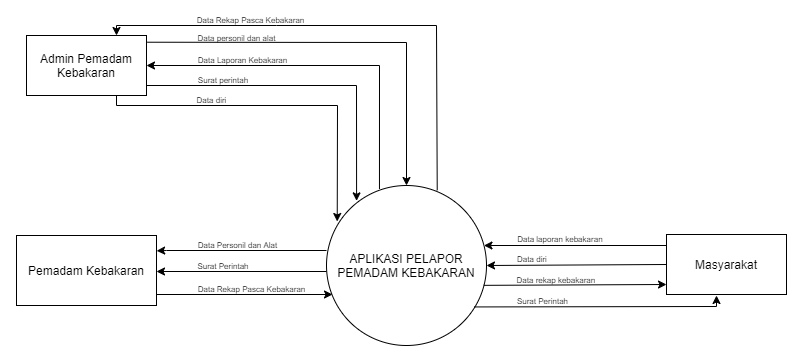
inoyamanaka/MDPL keeps this draw.io diagram as Data Flow Diagram (DFD)/Diagram Konteks.png. Above is the earlier version. Source tidied: cells renumbered, new cells last; positions are measured from the earlier drawing's top-left corner, leaving out a move shared by most shapes.
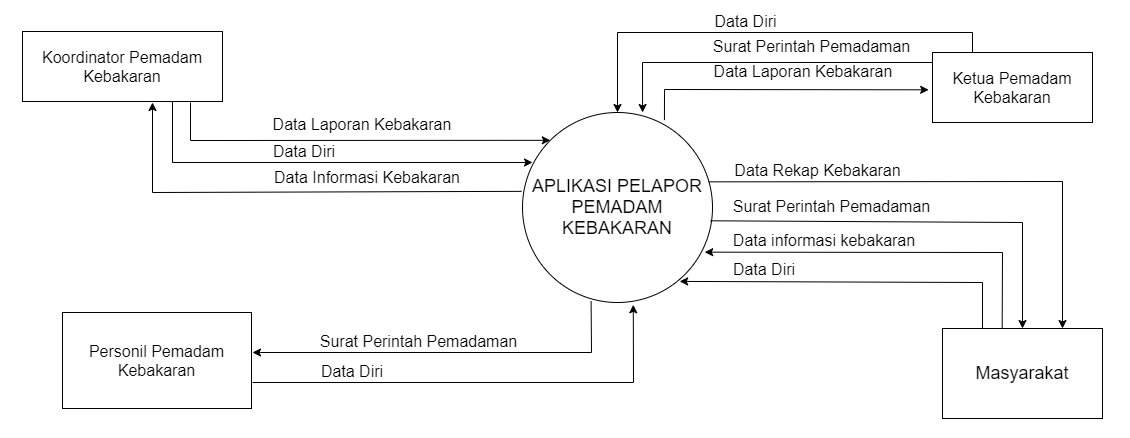
The same diagram one commit later.

Change to the diagram source:
```diff
@@ -1,142 +1,160 @@
 <mxGraphModel>
   <root>
-    <mxCell id="0" />
-    <mxCell id="1" parent="0" />
-    <mxCell id="2" style="verticalLabelPosition=bottom;verticalAlign=top;html=1;shape=mxgraph.flowchart.on-page_reference;fontSize=13;strokeWidth=1;" parent="1" vertex="1">
-      <mxGeometry x="1123" y="450" width="60" height="60" as="geometry" />
-    </mxCell>
-    <mxCell id="3" style="verticalLabelPosition=bottom;verticalAlign=top;html=1;shape=mxgraph.flowchart.on-page_reference;fontSize=13;strokeWidth=1;" parent="1" vertex="1">
-      <mxGeometry width="60" height="60" as="geometry" />
-    </mxCell>
-    <mxCell id="4" style="edgeStyle=orthogonalEdgeStyle;rounded=0;jettySize=auto;html=1;exitX=0.331;exitY=0.022;exitDx=0;exitDy=0;exitPerimeter=0;entryX=1;entryY=0.5;entryDx=0;entryDy=0;" parent="1" edge="1" source="5" target="20">
-      <mxGeometry relative="1" as="geometry">
-        <Array as="points">
-          <mxPoint x="576" y="140" />
-        </Array>
-      </mxGeometry>
-    </mxCell>
+    <mxCell id="32" />
+    <mxCell id="33" parent="32" />
-    <mxCell id="5" value="APLIKASI PELAPOR PEMADAM KEBAKARAN" style="ellipse;whiteSpace=wrap;html=1;" parent="1" vertex="1">
-      <mxGeometry x="523" y="260" width="160" height="160" as="geometry" />
+    <mxCell id="5" value="&lt;font style=&quot;font-size: 18px&quot;&gt;APLIKASI PELAPOR PEMADAM KEBAKARAN&lt;/font&gt;" style="ellipse;whiteSpace=wrap;html=1;" parent="33" vertex="1">
+      <mxGeometry x="803" y="180" width="190" height="190" as="geometry" />
     </mxCell>
-    <mxCell id="6" style="edgeStyle=orthogonalEdgeStyle;rounded=0;jettySize=auto;html=1;fontSize=8;startArrow=none;startFill=0;entryX=1.001;entryY=0.219;entryDx=0;entryDy=0;entryPerimeter=0;" parent="1" edge="1" target="7">
-      <mxGeometry relative="1" as="geometry">
-        <mxPoint x="523" y="325" as="sourcePoint" />
-        <Array as="points">
-          <mxPoint x="363" y="325" />
-        </Array>
-      </mxGeometry>
-    </mxCell>
-    <mxCell id="7" value="Pemadam Kebakaran" style="rounded=0;whiteSpace=wrap;html=1;" parent="1" vertex="1">
-      <mxGeometry x="213" y="310" width="140" height="70" as="geometry" />
-    </mxCell>
-    <mxCell id="8" style="edgeStyle=orthogonalEdgeStyle;rounded=0;jettySize=auto;html=1;exitX=0;exitY=0.5;exitDx=0;exitDy=0;" parent="1" edge="1" source="9" target="5">
-      <mxGeometry relative="1" as="geometry">
-        <Array as="points">
-          <mxPoint x="863" y="320" />
-        </Array>
-      </mxGeometry>
-    </mxCell>
+    <mxCell id="34" value="&lt;font style=&quot;font-size: 16px&quot;&gt;Koordinator Pemadam Kebakaran&lt;/font&gt;" style="rounded=0;whiteSpace=wrap;html=1;" parent="33" vertex="1">
+      <mxGeometry x="303" y="99" width="200" height="70" as="geometry" />
+    </mxCell>
+    <mxCell id="35" value="&lt;font style=&quot;font-size: 16px&quot;&gt;Personil Pemadam Kebakaran&lt;/font&gt;" style="rounded=0;whiteSpace=wrap;html=1;" parent="33" vertex="1">
+      <mxGeometry x="343" y="380" width="189" height="96" as="geometry" />
+    </mxCell>
+    <mxCell id="36" value="&lt;font style=&quot;font-size: 16px&quot;&gt;Ketua Pemadam Kebakaran&lt;/font&gt;" style="rounded=0;whiteSpace=wrap;html=1;" parent="33" vertex="1">
+      <mxGeometry x="1213" y="120" width="160" height="70" as="geometry" />
+    </mxCell>
-    <mxCell id="9" value="Masyarakat" style="rounded=0;whiteSpace=wrap;html=1;" parent="1" vertex="1">
-      <mxGeometry x="863" y="309" width="120" height="60" as="geometry" />
+    <mxCell id="9" value="&lt;font style=&quot;font-size: 18px&quot;&gt;Masyarakat&lt;/font&gt;" style="rounded=0;whiteSpace=wrap;html=1;" parent="33" vertex="1">
+      <mxGeometry x="1223" y="396" width="160" height="90" as="geometry" />
     </mxCell>
-    <mxCell id="10" value="Data laporan kebakaran&amp;nbsp;" style="text;html=1;strokeColor=none;fillColor=none;align=center;verticalAlign=middle;whiteSpace=wrap;rounded=0;fontSize=8;" parent="1" vertex="1">
-      <mxGeometry x="708" y="309" width="100" height="10" as="geometry" />
-    </mxCell>
-    <mxCell id="11" value="Data Laporan Kebakaran" style="text;html=1;strokeColor=none;fillColor=none;align=center;verticalAlign=middle;whiteSpace=wrap;rounded=0;fontSize=8;" parent="1" vertex="1">
-      <mxGeometry x="392.5" y="131" width="92.5" height="8.5" as="geometry" />
-    </mxCell>
-    <mxCell id="12" value="Surat Perintah" style="text;html=1;strokeColor=none;fillColor=none;align=center;verticalAlign=middle;whiteSpace=wrap;rounded=0;fontSize=8;" parent="1" vertex="1">
-      <mxGeometry x="709" y="371" width="61" height="10" as="geometry" />
-    </mxCell>
-    <mxCell id="13" style="endArrow=classic;html=1;rounded=0;fontSize=8;" parent="1" edge="1">
-      <mxGeometry relative="1" as="geometry">
-        <mxPoint x="353" y="369" as="sourcePoint" />
-        <mxPoint x="529" y="369" as="targetPoint" />
-      </mxGeometry>
-    </mxCell>
-    <mxCell id="14" value="Surat perintah" style="text;html=1;strokeColor=none;fillColor=none;align=center;verticalAlign=middle;whiteSpace=wrap;rounded=0;fontSize=8;" parent="1" vertex="1">
-      <mxGeometry x="393" y="150" width="53.5" height="10" as="geometry" />
-    </mxCell>
-    <mxCell id="15" style="endArrow=classic;html=1;rounded=0;fontSize=8;exitX=0.983;exitY=0.624;exitDx=0;exitDy=0;exitPerimeter=0;" parent="1" edge="1" source="5">
-      <mxGeometry relative="1" as="geometry">
-        <mxPoint x="863" y="359" as="targetPoint" />
-      </mxGeometry>
-    </mxCell>
-    <mxCell id="16" style="endArrow=classic;html=1;rounded=0;fontSize=8;exitX=0;exitY=0.5;exitDx=0;exitDy=0;entryX=1;entryY=0.5;entryDx=0;entryDy=0;" parent="1" edge="1" source="9" target="5">
-      <mxGeometry relative="1" as="geometry" />
-    </mxCell>
-    <mxCell id="17" value="Data diri" style="text;html=1;strokeColor=none;fillColor=none;align=center;verticalAlign=middle;whiteSpace=wrap;rounded=0;fontSize=8;" parent="1" vertex="1">
-      <mxGeometry x="707" y="329" width="44" height="10" as="geometry" />
-    </mxCell>
-    <mxCell id="18" style="endArrow=classic;html=1;rounded=0;fontSize=11;entryX=1;entryY=0.25;entryDx=0;entryDy=0;startArrow=none;" parent="1" edge="1">
-      <mxGeometry relative="1" as="geometry">
-        <mxPoint x="523" y="346" as="sourcePoint" />
-        <mxPoint x="353" y="346" as="targetPoint" />
-      </mxGeometry>
-    </mxCell>
-    <mxCell id="19" value="&lt;font style=&quot;font-size: 8px&quot;&gt;Data Personil dan Alat&lt;/font&gt;" style="text;html=1;strokeColor=none;fillColor=none;align=center;verticalAlign=middle;whiteSpace=wrap;rounded=0;fontSize=11;" parent="1" vertex="1">
-      <mxGeometry x="389" y="314" width="91" height="10" as="geometry" />
-    </mxCell>
-    <mxCell id="20" value="Admin Pemadam Kebakaran" style="rounded=0;whiteSpace=wrap;html=1;" parent="1" vertex="1">
-      <mxGeometry x="223" y="110" width="120" height="60" as="geometry" />
-    </mxCell>
-    <mxCell id="21" style="endArrow=classic;html=1;rounded=0;exitX=1.007;exitY=0.112;exitDx=0;exitDy=0;entryX=0.5;entryY=0;entryDx=0;entryDy=0;exitPerimeter=0;" parent="1" edge="1" source="20" target="5">
-      <mxGeometry relative="1" as="geometry">
-        <Array as="points">
-          <mxPoint x="603" y="117" />
-        </Array>
-      </mxGeometry>
-    </mxCell>
-    <mxCell id="22" value="&lt;font style=&quot;font-size: 8px&quot;&gt;Data personil dan alat&lt;/font&gt;" style="text;html=1;strokeColor=none;fillColor=none;align=center;verticalAlign=middle;whiteSpace=wrap;rounded=0;" parent="1" vertex="1">
-      <mxGeometry x="390.5" y="106" width="85" height="10" as="geometry" />
-    </mxCell>
-    <mxCell id="23" style="endArrow=classic;html=1;rounded=0;fontSize=8;entryX=0.188;entryY=0.096;entryDx=0;entryDy=0;entryPerimeter=0;" parent="1" edge="1" target="5">
-      <mxGeometry relative="1" as="geometry">
-        <mxPoint x="343" y="160" as="sourcePoint" />
-        <Array as="points">
-          <mxPoint x="553" y="160" />
-        </Array>
-      </mxGeometry>
-    </mxCell>
-    <mxCell id="24" value="Surat Perintah" style="text;html=1;strokeColor=none;fillColor=none;align=center;verticalAlign=middle;whiteSpace=wrap;rounded=0;fontSize=8;" parent="1" vertex="1">
-      <mxGeometry x="388" y="336" width="64" height="10" as="geometry" />
-    </mxCell>
-    <mxCell id="25" value="Data Rekap Pasca Kebakaran" style="text;html=1;strokeColor=none;fillColor=none;align=center;verticalAlign=middle;whiteSpace=wrap;rounded=0;fontSize=8;" parent="1" vertex="1">
-      <mxGeometry x="387" y="359" width="122.5" height="10" as="geometry" />
-    </mxCell>
-    <mxCell id="26" style="endArrow=classic;html=1;rounded=0;fontSize=8;entryX=0.75;entryY=0;entryDx=0;entryDy=0;exitX=0.692;exitY=0.03;exitDx=0;exitDy=0;exitPerimeter=0;" parent="1" edge="1" source="5" target="20">
-      <mxGeometry relative="1" as="geometry">
-        <Array as="points">
-          <mxPoint x="633" y="100" />
-          <mxPoint x="473" y="100" />
-          <mxPoint x="313" y="100" />
-        </Array>
-      </mxGeometry>
-    </mxCell>
-    <mxCell id="27" value="Data Rekap Pasca Kebakaran" style="text;html=1;strokeColor=none;fillColor=none;align=center;verticalAlign=middle;whiteSpace=wrap;rounded=0;fontSize=8;" parent="1" vertex="1">
-      <mxGeometry x="390" y="90" width="115" height="10" as="geometry" />
-    </mxCell>
-    <mxCell id="28" style="endArrow=classic;html=1;rounded=0;fontSize=8;exitX=0.75;exitY=1;exitDx=0;exitDy=0;entryX=0.067;entryY=0.225;entryDx=0;entryDy=0;entryPerimeter=0;" parent="1" edge="1" source="20" target="5">
-      <mxGeometry relative="1" as="geometry">
-        <Array as="points">
-          <mxPoint x="313" y="180" />
-          <mxPoint x="534" y="180" />
-        </Array>
-      </mxGeometry>
-    </mxCell>
-    <mxCell id="29" value="Data diri" style="text;html=1;strokeColor=none;fillColor=none;align=center;verticalAlign=middle;whiteSpace=wrap;rounded=0;fontSize=8;" parent="1" vertex="1">
-      <mxGeometry x="390" y="170" width="37" height="10" as="geometry" />
-    </mxCell>
-    <mxCell id="30" style="endArrow=classic;html=1;rounded=0;exitX=0.922;exitY=0.759;exitDx=0;exitDy=0;exitPerimeter=0;" parent="1" edge="1" source="5">
-      <mxGeometry relative="1" as="geometry">
-        <mxPoint x="913" y="370" as="targetPoint" />
-        <Array as="points">
-          <mxPoint x="913" y="381" />
-        </Array>
-      </mxGeometry>
-    </mxCell>
-    <mxCell id="31" value="Data rekap kebakaran&amp;nbsp;" style="text;html=1;strokeColor=none;fillColor=none;align=center;verticalAlign=middle;whiteSpace=wrap;rounded=0;fontSize=8;" parent="1" vertex="1">
-      <mxGeometry x="703.5" y="350" width="100" height="10" as="geometry" />
-    </mxCell>
+    <mxCell id="37" style="endArrow=classic;html=1;rounded=0;fontSize=18;entryX=0;entryY=0;entryDx=0;entryDy=0;" parent="33" edge="1" target="5">
+      <mxGeometry relative="1" as="geometry">
+        <mxPoint x="471" y="170" as="sourcePoint" />
+        <Array as="points">
+          <mxPoint x="471" y="208" />
+        </Array>
+      </mxGeometry>
+    </mxCell>
+    <mxCell id="38" style="endArrow=classic;html=1;rounded=0;fontSize=18;entryX=0.959;entryY=0.735;entryDx=0;entryDy=0;entryPerimeter=0;exitX=0.373;exitY=-0.007;exitDx=0;exitDy=0;exitPerimeter=0;" parent="33" edge="1" source="9" target="5">
+      <mxGeometry relative="1" as="geometry">
+        <Array as="points">
+          <mxPoint x="1283" y="320" />
+        </Array>
+      </mxGeometry>
+    </mxCell>
+    <mxCell id="39" value="&lt;span style=&quot;font-size: 16px&quot;&gt;Data informasi kebakaran&lt;/span&gt;" style="text;html=1;strokeColor=none;fillColor=none;align=center;verticalAlign=middle;whiteSpace=wrap;rounded=0;fontSize=18;" parent="33" vertex="1">
+      <mxGeometry x="1010" y="293" width="190" height="30" as="geometry" />
+    </mxCell>
+    <mxCell id="40" style="endArrow=classic;html=1;rounded=0;fontSize=16;entryX=0.5;entryY=0;entryDx=0;entryDy=0;exitX=0.99;exitY=0.57;exitDx=0;exitDy=0;exitPerimeter=0;" parent="33" edge="1" source="5" target="9">
+      <mxGeometry relative="1" as="geometry">
+        <Array as="points">
+          <mxPoint x="1303" y="290" />
+        </Array>
+      </mxGeometry>
+    </mxCell>
+    <mxCell id="41" value="&lt;span style=&quot;font-size: 16px&quot;&gt;Surat Perintah Pemadaman&lt;/span&gt;" style="text;html=1;strokeColor=none;fillColor=none;align=center;verticalAlign=middle;whiteSpace=wrap;rounded=0;fontSize=18;" parent="33" vertex="1">
+      <mxGeometry x="1005" y="259" width="215" height="30" as="geometry" />
+    </mxCell>
+    <mxCell id="42" style="endArrow=classic;html=1;rounded=0;fontSize=18;exitX=0.981;exitY=0.365;exitDx=0;exitDy=0;exitPerimeter=0;entryX=0.75;entryY=0;entryDx=0;entryDy=0;" parent="33" edge="1" source="5" target="9">
+      <mxGeometry relative="1" as="geometry">
+        <Array as="points">
+          <mxPoint x="1343" y="249" />
+        </Array>
+      </mxGeometry>
+    </mxCell>
+    <mxCell id="43" value="&lt;span style=&quot;font-size: 16px&quot;&gt;Data Rekap Kebakaran&lt;/span&gt;" style="text;html=1;strokeColor=none;fillColor=none;align=center;verticalAlign=middle;whiteSpace=wrap;rounded=0;fontSize=18;" parent="33" vertex="1">
+      <mxGeometry x="991" y="223" width="215" height="30" as="geometry" />
+    </mxCell>
+    <mxCell id="44" style="endArrow=classic;html=1;rounded=0;fontSize=18;exitX=0.25;exitY=0;exitDx=0;exitDy=0;entryX=0.827;entryY=0.889;entryDx=0;entryDy=0;entryPerimeter=0;" parent="33" edge="1" source="9" target="5">
+      <mxGeometry relative="1" as="geometry">
+        <Array as="points">
+          <mxPoint x="1263" y="350" />
+        </Array>
+      </mxGeometry>
+    </mxCell>
+    <mxCell id="45" value="&lt;span style=&quot;font-size: 16px&quot;&gt;Data Diri&lt;/span&gt;" style="text;html=1;strokeColor=none;fillColor=none;align=center;verticalAlign=middle;whiteSpace=wrap;rounded=0;fontSize=18;" parent="33" vertex="1">
+      <mxGeometry x="994" y="322" width="102" height="30" as="geometry" />
+    </mxCell>
+    <mxCell id="46" style="endArrow=classic;html=1;rounded=0;fontSize=18;entryX=0.5;entryY=0;entryDx=0;entryDy=0;exitX=0.25;exitY=0;exitDx=0;exitDy=0;" parent="33" edge="1" source="36" target="5">
+      <mxGeometry relative="1" as="geometry">
+        <Array as="points">
+          <mxPoint x="1253" y="100" />
+          <mxPoint x="898" y="100" />
+        </Array>
+      </mxGeometry>
+    </mxCell>
+    <mxCell id="47" style="endArrow=classic;html=1;rounded=0;fontSize=16;entryX=0.632;entryY=0;entryDx=0;entryDy=0;entryPerimeter=0;" parent="33" edge="1" target="5">
+      <mxGeometry relative="1" as="geometry">
+        <mxPoint x="1213" y="130" as="sourcePoint" />
+        <Array as="points">
+          <mxPoint x="923" y="130" />
+        </Array>
+      </mxGeometry>
+    </mxCell>
+    <mxCell id="48" style="endArrow=classic;html=1;rounded=0;fontSize=16;exitX=0.747;exitY=0.04;exitDx=0;exitDy=0;exitPerimeter=0;entryX=-0.024;entryY=0.533;entryDx=0;entryDy=0;entryPerimeter=0;" parent="33" edge="1" source="5" target="36">
+      <mxGeometry relative="1" as="geometry">
+        <Array as="points">
+          <mxPoint x="945" y="157" />
+        </Array>
+      </mxGeometry>
+    </mxCell>
+    <mxCell id="49" value="&lt;span style=&quot;font-size: 16px&quot;&gt;Data Diri&lt;/span&gt;" style="text;html=1;strokeColor=none;fillColor=none;align=center;verticalAlign=middle;whiteSpace=wrap;rounded=0;fontSize=18;" parent="33" vertex="1">
+      <mxGeometry x="989" y="79" width="75" height="20" as="geometry" />
+    </mxCell>
+    <mxCell id="50" value="&lt;span style=&quot;font-size: 16px&quot;&gt;Surat Perintah Pemadaman&lt;/span&gt;" style="text;html=1;strokeColor=none;fillColor=none;align=center;verticalAlign=middle;whiteSpace=wrap;rounded=0;fontSize=18;" parent="33" vertex="1">
+      <mxGeometry x="985" y="99" width="215" height="30" as="geometry" />
+    </mxCell>
+    <mxCell id="51" value="&lt;span style=&quot;font-size: 16px&quot;&gt;Data Laporan Kebakaran&lt;/span&gt;" style="text;html=1;strokeColor=none;fillColor=none;align=center;verticalAlign=middle;whiteSpace=wrap;rounded=0;fontSize=18;" parent="33" vertex="1">
+      <mxGeometry x="991" y="129" width="186" height="20" as="geometry" />
+    </mxCell>
+    <mxCell id="52" value="&lt;span style=&quot;font-size: 16px&quot;&gt;Data Laporan Kebakaran&lt;/span&gt;" style="text;html=1;strokeColor=none;fillColor=none;align=center;verticalAlign=middle;whiteSpace=wrap;rounded=0;fontSize=18;" parent="33" vertex="1">
+      <mxGeometry x="550" y="182" width="186" height="20" as="geometry" />
+    </mxCell>
+    <mxCell id="53" style="endArrow=classic;html=1;rounded=0;fontSize=16;exitX=0.75;exitY=1;exitDx=0;exitDy=0;" parent="33" edge="1" source="34">
+      <mxGeometry relative="1" as="geometry">
+        <mxPoint x="813" y="230" as="targetPoint" />
+        <Array as="points">
+          <mxPoint x="453" y="230" />
+        </Array>
+      </mxGeometry>
+    </mxCell>
+    <mxCell id="54" style="endArrow=classic;html=1;rounded=0;fontSize=16;entryX=-0.005;entryY=0.415;entryDx=0;entryDy=0;entryPerimeter=0;exitX=-0.005;exitY=0.415;exitDx=0;exitDy=0;exitPerimeter=0;" parent="33" edge="1" source="5">
+      <mxGeometry relative="1" as="geometry">
+        <mxPoint x="433" y="170" as="targetPoint" />
+        <Array as="points">
+          <mxPoint x="433" y="260" />
+        </Array>
+      </mxGeometry>
+    </mxCell>
+    <mxCell id="55" value="&lt;span style=&quot;font-size: 16px&quot;&gt;Data Informasi Kebakaran&lt;/span&gt;" style="text;html=1;strokeColor=none;fillColor=none;align=center;verticalAlign=middle;whiteSpace=wrap;rounded=0;fontSize=18;" parent="33" vertex="1">
+      <mxGeometry x="543" y="235" width="210" height="20" as="geometry" />
+    </mxCell>
+    <mxCell id="56" value="&lt;span style=&quot;font-size: 16px&quot;&gt;Data Diri&lt;/span&gt;" style="text;html=1;strokeColor=none;fillColor=none;align=center;verticalAlign=middle;whiteSpace=wrap;rounded=0;fontSize=18;" parent="33" vertex="1">
+      <mxGeometry x="492" y="209" width="186" height="20" as="geometry" />
+    </mxCell>
+    <mxCell id="57" style="endArrow=classic;html=1;rounded=0;fontSize=16;exitX=0.68;exitY=0.983;exitDx=0;exitDy=0;exitPerimeter=0;entryX=0.583;entryY=1.012;entryDx=0;entryDy=0;entryPerimeter=0;" parent="33" edge="1" target="5">
+      <mxGeometry relative="1" as="geometry">
+        <mxPoint x="533" y="450" as="sourcePoint" />
+        <Array as="points">
+          <mxPoint x="914" y="450" />
+        </Array>
+      </mxGeometry>
+    </mxCell>
+    <mxCell id="58" value="&lt;span style=&quot;font-size: 16px&quot;&gt;Data Diri&lt;/span&gt;" style="text;html=1;strokeColor=none;fillColor=none;align=center;verticalAlign=middle;whiteSpace=wrap;rounded=0;fontSize=18;" parent="33" vertex="1">
+      <mxGeometry x="540" y="429" width="186" height="20" as="geometry" />
+    </mxCell>
+    <mxCell id="59" style="endArrow=classic;html=1;rounded=0;fontSize=16;exitX=0.361;exitY=0.992;exitDx=0;exitDy=0;exitPerimeter=0;" parent="33" edge="1" source="5">
+      <mxGeometry relative="1" as="geometry">
+        <mxPoint x="533" y="420" as="targetPoint" />
+        <Array as="points">
+          <mxPoint x="872" y="420" />
+        </Array>
+      </mxGeometry>
+    </mxCell>
+    <mxCell id="60" value="&lt;span style=&quot;font-size: 16px&quot;&gt;Surat Perintah Pemadaman&lt;/span&gt;" style="text;html=1;strokeColor=none;fillColor=none;align=center;verticalAlign=middle;whiteSpace=wrap;rounded=0;fontSize=18;" parent="33" vertex="1">
+      <mxGeometry x="583" y="399" width="233" height="20" as="geometry" />
+    </mxCell>
+    <mxCell id="61" style="ellipse;whiteSpace=wrap;html=1;" parent="33" vertex="1">
+      <mxGeometry x="873" y="580" width="80" height="80" as="geometry" />
+    </mxCell>
+    <mxCell id="62" style="ellipse;whiteSpace=wrap;html=1;" parent="33" vertex="1">
+      <mxGeometry x="816" y="-90" width="80" height="80" as="geometry" />
+    </mxCell>
+    <mxCell id="63" style="ellipse;whiteSpace=wrap;html=1;" parent="33" vertex="1">
+      <mxGeometry x="143" y="339" width="80" height="80" as="geometry" />
+    </mxCell>
+    <mxCell id="64" style="ellipse;whiteSpace=wrap;html=1;" parent="33" vertex="1">
+      <mxGeometry x="1463" y="310" width="80" height="80" as="geometry" />
+    </mxCell>
   </root>
 </mxGraphModel>
```
